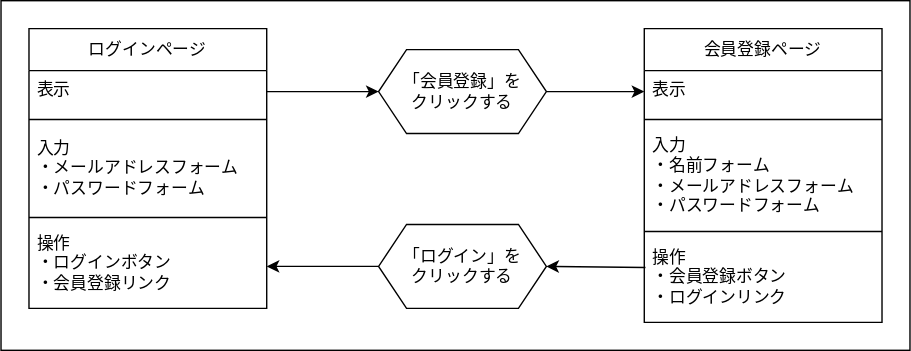
Before: doc/画面遷移図/認証ページ/認証ページ間.drawio.svg, a diagram exported from draw.io (ryamao/atte). Source tidied: cells renumbered, new cells last; positions are measured from the earlier drawing's top-left corner, leaving out a move shared by most shapes.
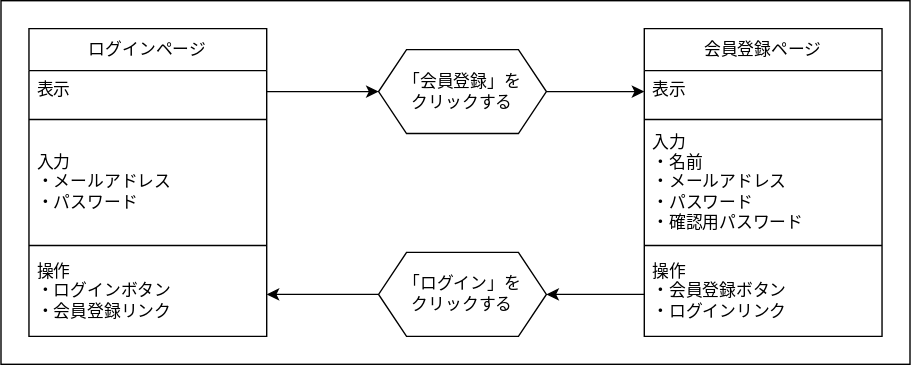
The same file after the commit.

The edit, as a diff of the source:
```diff
@@ -3,10 +3,10 @@
     <mxCell id="0" />
     <mxCell id="1" parent="0" />
     <mxCell id="2" style="rounded=0;whiteSpace=wrap;html=1;" parent="1" vertex="1">
-      <mxGeometry width="650" height="250" as="geometry" />
+      <mxGeometry width="650" height="260" as="geometry" />
     </mxCell>
     <mxCell id="3" value="会員登録ページ" style="swimlane;fontStyle=0;horizontal=1;startSize=30;whiteSpace=wrap;html=1;flipH=1;flipV=0;" parent="1" vertex="1">
-      <mxGeometry x="460" y="20" width="170" height="210" as="geometry" />
+      <mxGeometry x="460" y="20" width="170" height="220" as="geometry" />
     </mxCell>
     <mxCell id="4" value="表示&lt;br&gt;" style="text;strokeColor=none;fillColor=none;align=left;verticalAlign=top;spacingLeft=4;spacingRight=4;overflow=hidden;points=[[0,0.5],[1,0.5]];portConstraint=eastwest;whiteSpace=wrap;html=1;" parent="3" vertex="1">
       <mxGeometry y="30" width="170" height="30" as="geometry" />
@@ -14,17 +14,17 @@
     <mxCell id="5" style="line;strokeWidth=1;html=1;" parent="3" vertex="1">
       <mxGeometry y="60" width="170" height="10" as="geometry" />
     </mxCell>
-    <mxCell id="6" value="入力&lt;br&gt;・名前フォーム&lt;br&gt;・メールアドレスフォーム&lt;br&gt;・パスワードフォーム" style="text;strokeColor=none;fillColor=none;align=left;verticalAlign=middle;spacingLeft=4;spacingRight=4;overflow=hidden;whiteSpace=wrap;html=1;strokeWidth=0;" parent="3" vertex="1">
-      <mxGeometry y="70" width="170" height="70" as="geometry" />
+    <mxCell id="6" value="入力&lt;br&gt;・名前&lt;br&gt;・メールアドレス&lt;br&gt;・パスワード&lt;br&gt;・確認用パスワード" style="text;strokeColor=none;fillColor=none;align=left;verticalAlign=middle;spacingLeft=4;spacingRight=4;overflow=hidden;whiteSpace=wrap;html=1;strokeWidth=0;" parent="3" vertex="1">
+      <mxGeometry y="70" width="170" height="80" as="geometry" />
     </mxCell>
     <mxCell id="7" style="line;strokeWidth=1;html=1;" parent="3" vertex="1">
-      <mxGeometry y="140" width="170" height="10" as="geometry" />
+      <mxGeometry y="150" width="170" height="10" as="geometry" />
     </mxCell>
     <mxCell id="8" value="操作&lt;br&gt;・会員登録ボタン&lt;br&gt;・ログインリンク" style="text;strokeColor=none;fillColor=none;align=left;verticalAlign=top;spacingLeft=4;spacingRight=4;overflow=hidden;points=[[0,0.5],[1,0.5]];portConstraint=eastwest;whiteSpace=wrap;html=1;strokeWidth=1;" parent="3" vertex="1">
-      <mxGeometry y="150" width="170" height="60" as="geometry" />
+      <mxGeometry y="160" width="170" height="60" as="geometry" />
     </mxCell>
     <mxCell id="9" value="ログインページ" style="swimlane;fontStyle=0;horizontal=1;startSize=30;whiteSpace=wrap;html=1;flipH=1;flipV=0;" parent="1" vertex="1">
-      <mxGeometry x="20" y="20" width="170" height="200" as="geometry" />
+      <mxGeometry x="20" y="20" width="170" height="220" as="geometry" />
     </mxCell>
     <mxCell id="10" value="表示&lt;br&gt;" style="text;strokeColor=none;fillColor=none;align=left;verticalAlign=top;spacingLeft=4;spacingRight=4;overflow=hidden;points=[[0,0.5],[1,0.5]];portConstraint=eastwest;whiteSpace=wrap;html=1;" parent="9" vertex="1">
       <mxGeometry y="30" width="170" height="30" as="geometry" />
@@ -32,22 +32,24 @@
     <mxCell id="11" style="line;strokeWidth=1;html=1;" parent="9" vertex="1">
       <mxGeometry y="60" width="170" height="10" as="geometry" />
     </mxCell>
-    <mxCell id="12" value="入力&lt;br&gt;・メールアドレスフォーム&lt;br&gt;・パスワードフォーム" style="text;strokeColor=none;fillColor=none;align=left;verticalAlign=middle;spacingLeft=4;spacingRight=4;overflow=hidden;whiteSpace=wrap;html=1;strokeWidth=0;" parent="9" vertex="1">
-      <mxGeometry y="70" width="170" height="60" as="geometry" />
+    <mxCell id="12" value="入力&lt;br&gt;・メールアドレス&lt;br&gt;・パスワード" style="text;strokeColor=none;fillColor=none;align=left;verticalAlign=middle;spacingLeft=4;spacingRight=4;overflow=hidden;whiteSpace=wrap;html=1;strokeWidth=0;" parent="9" vertex="1">
+      <mxGeometry y="70" width="170" height="80" as="geometry" />
     </mxCell>
     <mxCell id="13" style="line;strokeWidth=1;html=1;" parent="9" vertex="1">
-      <mxGeometry y="130" width="170" height="10" as="geometry" />
+      <mxGeometry y="150" width="170" height="10" as="geometry" />
     </mxCell>
     <mxCell id="14" value="操作&lt;br&gt;・ログインボタン&lt;br&gt;・会員登録リンク" style="text;strokeColor=none;fillColor=none;align=left;verticalAlign=top;spacingLeft=4;spacingRight=4;overflow=hidden;points=[[0,0.5],[1,0.5]];portConstraint=eastwest;whiteSpace=wrap;html=1;strokeWidth=1;" parent="9" vertex="1">
-      <mxGeometry y="140" width="170" height="60" as="geometry" />
+      <mxGeometry y="160" width="170" height="60" as="geometry" />
     </mxCell>
-    <mxCell id="15" style="edgeStyle=none;html=1;exitX=0;exitY=0.5;exitDx=0;exitDy=0;entryX=1;entryY=0.5;entryDx=0;entryDy=0;" parent="1" edge="1" source="16" target="14">
-      <mxGeometry relative="1" as="geometry" />
+    <mxCell id="15" style="edgeStyle=none;html=1;exitX=0;exitY=0.5;exitDx=0;exitDy=0;" parent="1" edge="1" source="16">
+      <mxGeometry relative="1" as="geometry">
+        <mxPoint x="190" y="210" as="targetPoint" />
+      </mxGeometry>
     </mxCell>
     <mxCell id="16" value="「ログイン」を&lt;br&gt;クリックする" style="shape=hexagon;perimeter=hexagonPerimeter2;whiteSpace=wrap;html=1;fixedSize=1;strokeWidth=1;" parent="1" vertex="1">
-      <mxGeometry x="270" y="160" width="120" height="60" as="geometry" />
+      <mxGeometry x="270" y="180" width="120" height="60" as="geometry" />
     </mxCell>
-    <mxCell id="17" style="edgeStyle=none;html=1;exitX=1;exitY=0.5;exitDx=0;exitDy=0;entryX=0;entryY=0.5;entryDx=0;entryDy=0;" parent="1" edge="1" source="18" target="4">
+    <mxCell id="17" style="edgeStyle=none;html=1;exitX=1;exitY=0.5;exitDx=0;exitDy=0;" parent="1" edge="1" source="18" target="4">
       <mxGeometry relative="1" as="geometry" />
     </mxCell>
     <mxCell id="18" value="「会員登録」を&lt;br&gt;クリックする" style="shape=hexagon;perimeter=hexagonPerimeter2;whiteSpace=wrap;html=1;fixedSize=1;strokeWidth=1;" parent="1" vertex="1">
@@ -56,7 +58,7 @@
     <mxCell id="19" style="edgeStyle=none;html=1;exitX=1;exitY=0.5;exitDx=0;exitDy=0;entryX=0;entryY=0.5;entryDx=0;entryDy=0;" parent="1" edge="1" source="10" target="18">
       <mxGeometry relative="1" as="geometry" />
     </mxCell>
-    <mxCell id="20" style="edgeStyle=none;html=1;exitX=0.005;exitY=0.346;exitDx=0;exitDy=0;entryX=1;entryY=0.5;entryDx=0;entryDy=0;exitPerimeter=0;" parent="1" edge="1" source="8" target="16">
+    <mxCell id="20" style="edgeStyle=none;html=1;exitX=0;exitY=0.5;exitDx=0;exitDy=0;entryX=1;entryY=0.5;entryDx=0;entryDy=0;" parent="1" edge="1" source="8" target="16">
       <mxGeometry relative="1" as="geometry" />
     </mxCell>
   </root>
```
